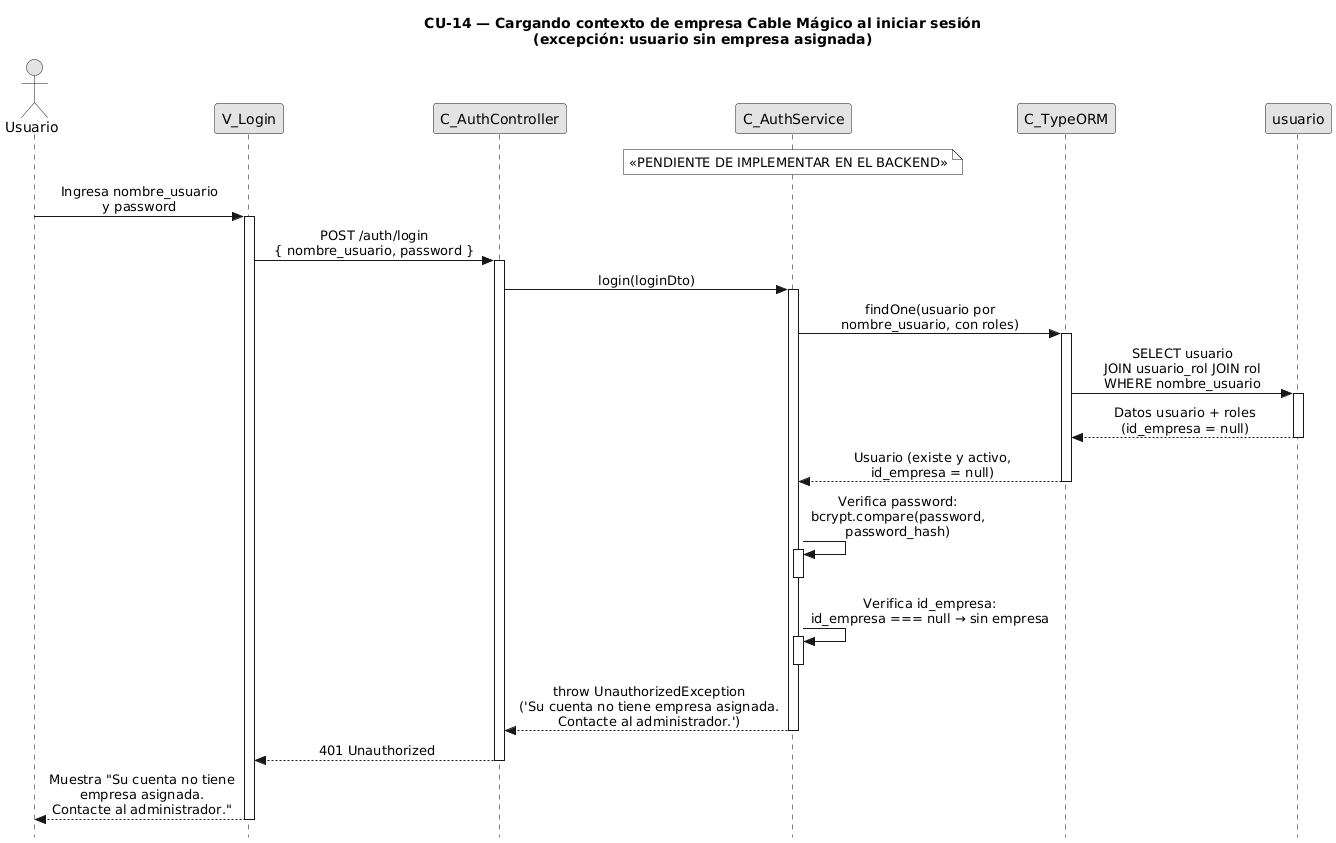
Above: diagramas-secuencia/CU14/CU14-exc-sin-empresa.png in FSM-Finet-y-Cable-Magico/Team_1-Inventario-y-Bodega (PlantUML), before the change. Source of this version:
```plantuml
@startuml CU14-exc-sin-empresa
title CU-14 — Cargando contexto de empresa Cable Mágico al iniciar sesión\n(excepción: usuario sin empresa asignada)

skinparam style strictuml
skinparam monochrome true
skinparam shadowing false
skinparam sequenceMessageAlign center
skinparam ParticipantPadding 70
skinparam ActorPadding 30
skinparam sequence {
  MessageAlign center
  LifeLineBorderColor black
}
hide footbox

actor "Usuario" as user
participant "V_Login" as view
participant "C_AuthController" as ctrl
participant "C_AuthService" as svc
participant "C_TypeORM" as orm
participant "usuario" as uent

note over svc : «PENDIENTE DE IMPLEMENTAR EN EL BACKEND»

user -> view : Ingresa nombre_usuario\ny password
activate view

view -> ctrl : POST /auth/login\n{ nombre_usuario, password }
activate ctrl

ctrl -> svc : login(loginDto)
activate svc

svc -> orm : findOne(usuario por\nnombre_usuario, con roles)
activate orm

orm -> uent : SELECT usuario\nJOIN usuario_rol JOIN rol\nWHERE nombre_usuario
activate uent
uent --> orm : Datos usuario + roles\n(id_empresa = null)
deactivate uent

orm --> svc : Usuario (existe y activo,\nid_empresa = null)
deactivate orm

svc -> svc : Verifica password:\nbcrypt.compare(password,\npassword_hash)
activate svc
deactivate svc

svc -> svc : Verifica id_empresa:\nid_empresa === null → sin empresa
activate svc
deactivate svc

svc --> ctrl : throw UnauthorizedException\n('Su cuenta no tiene empresa asignada.\nContacte al administrador.')
deactivate svc

ctrl --> view : 401 Unauthorized
deactivate ctrl

view --> user : Muestra "Su cuenta no tiene\nempresa asignada.\nContacte al administrador."
deactivate view

@enduml
```
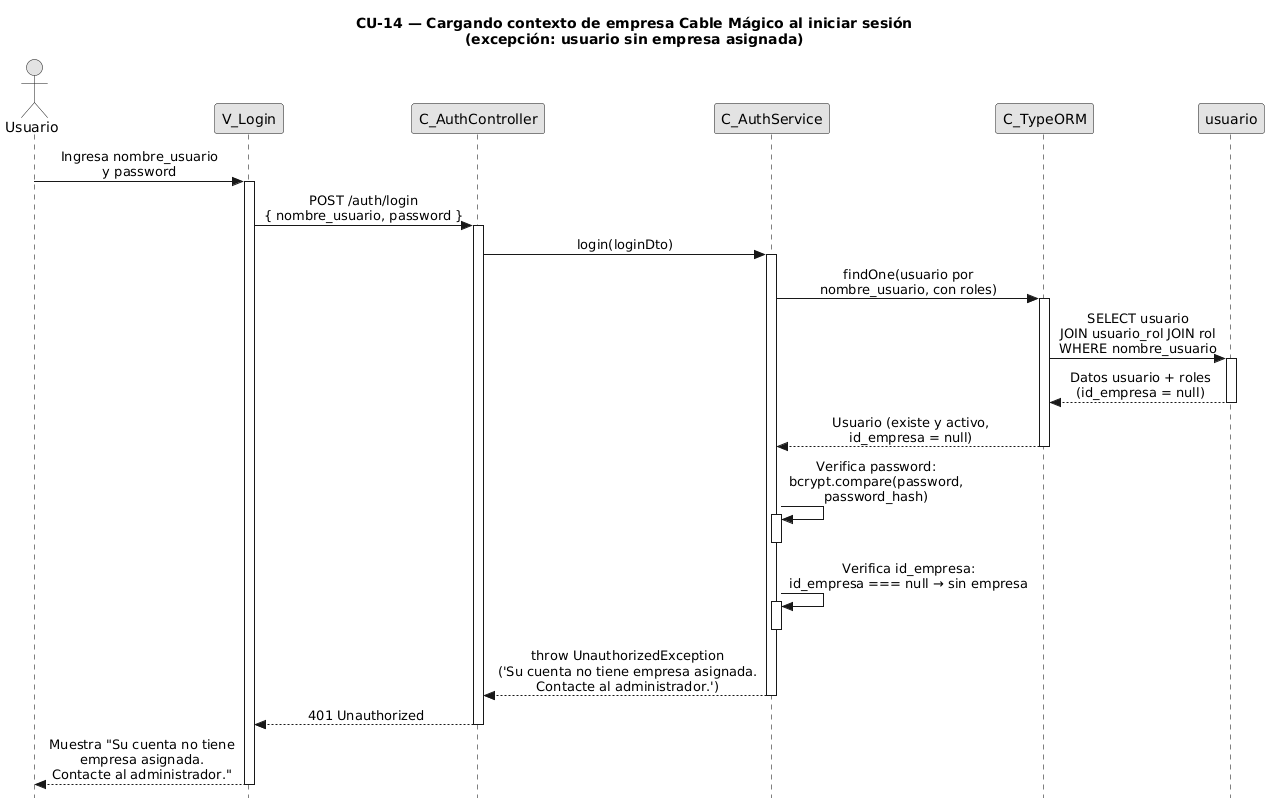
The same file after the commit.

Diff of the diagram source:
```diff
@@ -1,12 +1,10 @@
-@startuml CU14-exc-sin-empresa
+@startuml
 title CU-14 — Cargando contexto de empresa Cable Mágico al iniciar sesión\n(excepción: usuario sin empresa asignada)
 
 skinparam style strictuml
 skinparam monochrome true
 skinparam shadowing false
 skinparam sequenceMessageAlign center
-skinparam ParticipantPadding 70
-skinparam ActorPadding 30
 skinparam sequence {
   MessageAlign center
   LifeLineBorderColor black
@@ -19,8 +17,6 @@
 participant "C_AuthService" as svc
 participant "C_TypeORM" as orm
 participant "usuario" as uent
-
-note over svc : «PENDIENTE DE IMPLEMENTAR EN EL BACKEND»
 
 user -> view : Ingresa nombre_usuario\ny password
 activate view
@@ -58,5 +54,4 @@
 
 view --> user : Muestra "Su cuenta no tiene\nempresa asignada.\nContacte al administrador."
 deactivate view
-
 @enduml
```
